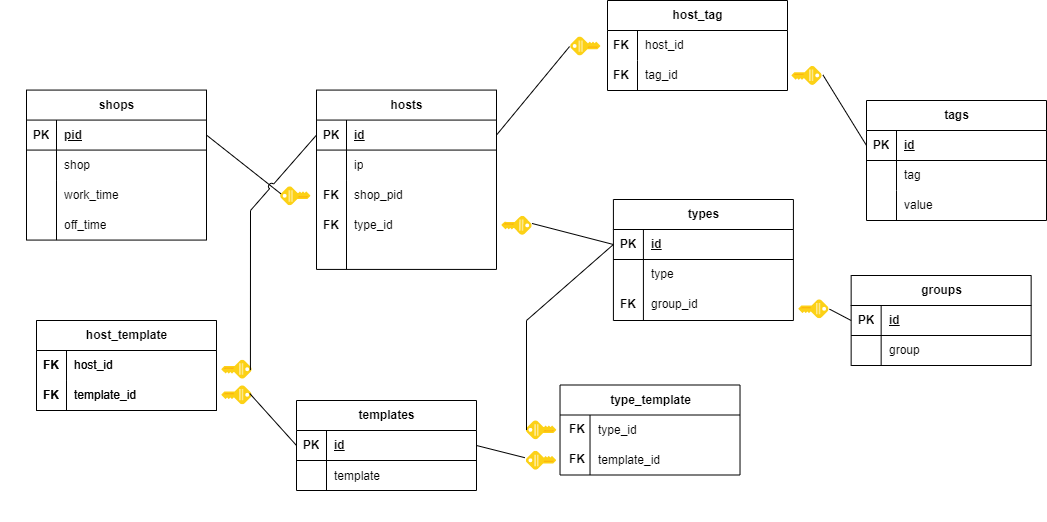
This is db_schema.png from DorofD/zabbix_actualization_service, a draw.io export, as it was before one commit. Source tidied: cells renumbered, new cells last; positions are measured from the earlier drawing's top-left corner, leaving out a move shared by most shapes.
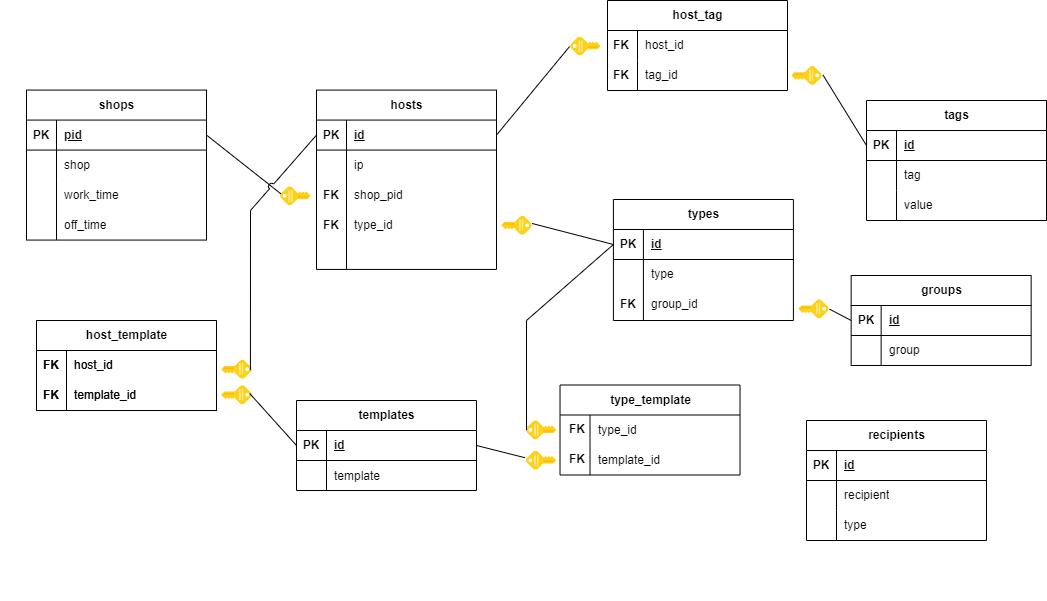
The same file after the commit.

The edit, as a diff of the source:
```diff
@@ -400,5 +400,50 @@
         </Array>
       </mxGeometry>
     </mxCell>
+    <mxCell id="132" style="group;" parent="1" vertex="1">
+      <mxGeometry x="806" y="420" width="180" height="180" as="geometry" />
+    </mxCell>
+    <mxCell id="133" value="recipients" style="shape=table;startSize=30;rowLines=0;fontStyle=1;align=center;html=1;" parent="132" vertex="1">
+      <mxGeometry width="180" height="120" as="geometry" />
+    </mxCell>
+    <mxCell id="134" style="shape=tableRow;horizontal=0;startSize=0;swimlaneHead=0;swimlaneBody=0;fillColor=none;top=0;left=0;right=0;bottom=1;" parent="133" vertex="1">
+      <mxGeometry y="30" width="180" height="30" as="geometry" />
+    </mxCell>
+    <mxCell id="135" value="PK" style="shape=partialRectangle;fillColor=none;top=0;left=0;bottom=0;right=0;fontStyle=1;overflow=hidden;whiteSpace=wrap;html=1;" parent="134" vertex="1">
+      <mxGeometry width="30" height="30" as="geometry" />
+    </mxCell>
+    <mxCell id="136" value="id" style="shape=partialRectangle;fillColor=none;top=0;left=0;bottom=0;right=0;align=left;spacingLeft=6;fontStyle=5;overflow=hidden;whiteSpace=wrap;html=1;" parent="134" vertex="1">
+      <mxGeometry x="30" width="150" height="30" as="geometry" />
+    </mxCell>
+    <mxCell id="137" style="shape=tableRow;horizontal=0;startSize=0;swimlaneHead=0;swimlaneBody=0;fillColor=none;top=0;left=0;right=0;bottom=0;" parent="133" vertex="1">
+      <mxGeometry y="60" width="180" height="30" as="geometry" />
+    </mxCell>
+    <mxCell id="138" style="shape=partialRectangle;fillColor=none;top=0;left=0;bottom=0;right=0;overflow=hidden;whiteSpace=wrap;html=1;" parent="137" vertex="1">
+      <mxGeometry width="30" height="30" as="geometry" />
+    </mxCell>
+    <mxCell id="139" style="shape=partialRectangle;fillColor=none;top=0;left=0;bottom=0;right=0;align=left;spacingLeft=6;overflow=hidden;whiteSpace=wrap;html=1;" parent="137" vertex="1">
+      <mxGeometry x="30" width="150" height="30" as="geometry" />
+    </mxCell>
+    <mxCell id="140" style="shape=tableRow;horizontal=0;startSize=0;swimlaneHead=0;swimlaneBody=0;fillColor=none;top=0;left=0;right=0;bottom=0;" parent="133" vertex="1">
+      <mxGeometry y="90" width="180" height="30" as="geometry" />
+    </mxCell>
+    <mxCell id="141" style="shape=partialRectangle;fillColor=none;top=0;left=0;bottom=0;right=0;overflow=hidden;whiteSpace=wrap;html=1;" parent="140" vertex="1">
+      <mxGeometry width="30" height="30" as="geometry" />
+    </mxCell>
+    <mxCell id="142" style="shape=partialRectangle;fillColor=none;top=0;left=0;bottom=0;right=0;align=left;spacingLeft=6;overflow=hidden;whiteSpace=wrap;html=1;" parent="140" vertex="1">
+      <mxGeometry x="30" width="150" height="30" as="geometry" />
+    </mxCell>
+    <mxCell id="143" value="recipient" style="shape=partialRectangle;fillColor=none;top=0;left=0;bottom=0;right=0;align=left;spacingLeft=6;overflow=hidden;whiteSpace=wrap;html=1;" parent="132" vertex="1">
+      <mxGeometry x="30" y="60" width="150" height="30" as="geometry" />
+    </mxCell>
+    <mxCell id="144" value="type" style="shape=partialRectangle;fillColor=none;top=0;left=0;bottom=0;right=0;align=left;spacingLeft=6;overflow=hidden;whiteSpace=wrap;html=1;" parent="132" vertex="1">
+      <mxGeometry x="30" y="90" width="150" height="30" as="geometry" />
+    </mxCell>
+    <mxCell id="145" style="shape=partialRectangle;fillColor=none;top=0;left=0;bottom=0;right=0;fontStyle=1;overflow=hidden;whiteSpace=wrap;html=1;" parent="132" vertex="1">
+      <mxGeometry y="120" width="30" height="30" as="geometry" />
+    </mxCell>
+    <mxCell id="146" style="shape=partialRectangle;fillColor=none;top=0;left=0;bottom=0;right=0;fontStyle=1;overflow=hidden;whiteSpace=wrap;html=1;" parent="132" vertex="1">
+      <mxGeometry y="150" width="30" height="30" as="geometry" />
+    </mxCell>
   </root>
 </mxGraphModel>
```
